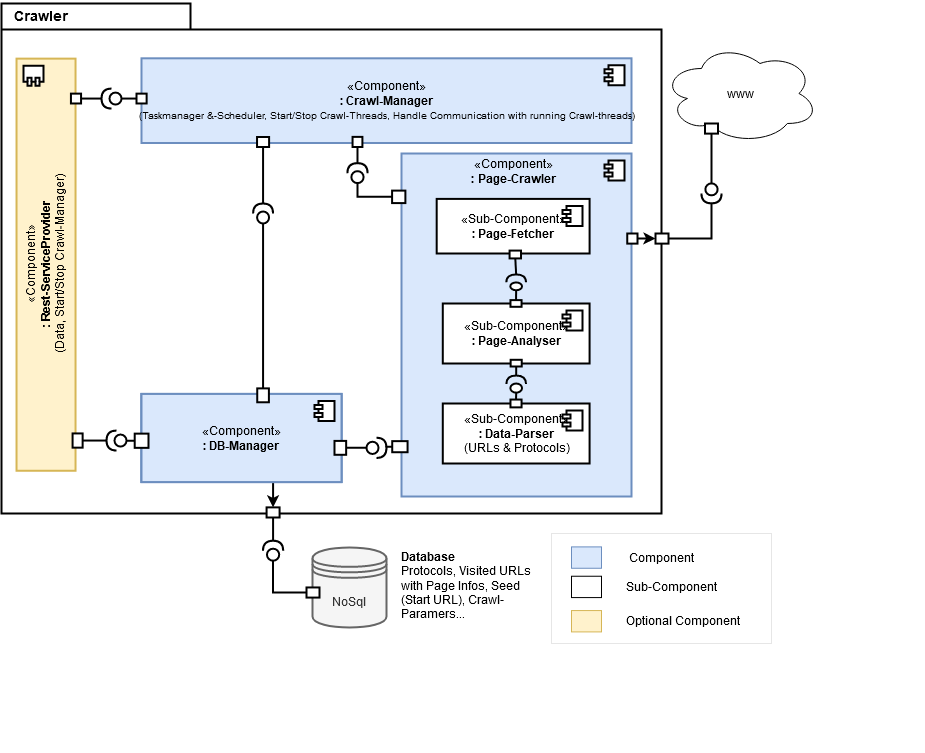
Above: main_document/images/02-Crawler/Crawler-Component-Diagram.png in Sentiments-of-Bundestag/Dokumentation (draw.io), before the change. Source tidied: cells renumbered, new cells last; positions are measured from the earlier drawing's top-left corner, leaving out a move shared by most shapes. Source of this version:
```xml
<mxGraphModel>
  <root>
    <mxCell id="0" />
    <mxCell id="1" parent="0" />
    <mxCell id="2" style="group;" parent="1" vertex="1">
      <mxGeometry x="162" y="2" width="923" height="749" as="geometry" />
    </mxCell>
    <mxCell id="3" value="www" style="ellipse;shape=cloud;whiteSpace=wrap;html=1;" parent="2" vertex="1">
      <mxGeometry x="661" y="40" width="156" height="100" as="geometry" />
    </mxCell>
    <mxCell id="4" style="group;strokeWidth=2;" parent="2" vertex="1">
      <mxGeometry width="810" height="749" as="geometry" />
    </mxCell>
    <mxCell id="5" style="shape=folder;fontStyle=1;spacingTop=10;tabWidth=189;tabHeight=26;tabPosition=left;html=1;strokeWidth=2;" parent="4" vertex="1">
      <mxGeometry width="660" height="510" as="geometry" />
    </mxCell>
    <mxCell id="6" value="&lt;font style=&quot;font-size: 14px&quot;&gt;&lt;b&gt;Crawler&lt;/b&gt;&lt;/font&gt;" style="text;html=1;strokeWidth=2;" parent="4" vertex="1">
      <mxGeometry x="11.4" y="-2" width="98.6" height="23.8" as="geometry" />
    </mxCell>
    <mxCell id="7" value="«Component»&lt;br&gt;&lt;div&gt;&lt;b&gt;: Crawl-Manager&lt;/b&gt;&lt;b&gt;&lt;br&gt;&lt;/b&gt;&lt;/div&gt;&lt;font style=&quot;font-size: 10px&quot;&gt;(&lt;/font&gt;&lt;font style=&quot;font-size: 10px&quot;&gt;Taskmanager &amp;amp;-Scheduler, Start/Stop Crawl-Threads, Handle Communication with running Crawl-threads)&lt;/font&gt;" style="html=1;fillColor=#dae8fc;strokeColor=#6c8ebf;strokeWidth=2;" parent="4" vertex="1">
      <mxGeometry x="140" y="54.8" width="490" height="84.7" as="geometry" />
    </mxCell>
    <mxCell id="8" style="shape=component;jettyWidth=8;jettyHeight=4;strokeWidth=2;" parent="7" vertex="1">
      <mxGeometry x="1" width="20" height="20" relative="1" as="geometry">
        <mxPoint x="-27" y="7" as="offset" />
      </mxGeometry>
    </mxCell>
    <mxCell id="9" style="rounded=0;whiteSpace=wrap;html=1;rotation=180;strokeWidth=2;" parent="7" vertex="1">
      <mxGeometry x="211.1" y="78.6" width="9.8" height="10.1" as="geometry" />
    </mxCell>
    <mxCell id="10" style="rounded=0;whiteSpace=wrap;html=1;rotation=90;strokeWidth=2;" parent="7" vertex="1">
      <mxGeometry x="-4.8" y="35.2" width="9.8" height="10.1" as="geometry" />
    </mxCell>
    <mxCell id="11" style="rounded=0;whiteSpace=wrap;html=1;rotation=180;strokeWidth=2;" parent="7" vertex="1">
      <mxGeometry x="115.6" y="78.7" width="12.1" height="10" as="geometry" />
    </mxCell>
    <mxCell id="12" style="html=1;strokeColor=#6c8ebf;strokeWidth=2;fillColor=#DAE8FC;" parent="4" vertex="1">
      <mxGeometry x="400" y="150" width="230" height="343" as="geometry" />
    </mxCell>
    <mxCell id="13" style="shape=component;jettyWidth=8;jettyHeight=4;strokeWidth=2;" parent="12" vertex="1">
      <mxGeometry x="1" width="20" height="20" relative="1" as="geometry">
        <mxPoint x="-27" y="7" as="offset" />
      </mxGeometry>
    </mxCell>
    <mxCell id="14" value="&lt;div&gt;«Component»&lt;b&gt;&lt;br&gt;&lt;/b&gt;&lt;/div&gt;&lt;div&gt;&lt;b&gt;:&lt;b&gt; &lt;/b&gt;Page-Crawler&lt;/b&gt;&lt;/div&gt;" style="text;html=1;strokeColor=none;fillColor=none;align=center;verticalAlign=middle;whiteSpace=wrap;rounded=0;strokeWidth=2;" parent="12" vertex="1">
      <mxGeometry x="35.2" y="1.5" width="154.6" height="32.7" as="geometry" />
    </mxCell>
    <mxCell id="15" value="«Sub-Component»&lt;br&gt;&lt;div&gt;&lt;b&gt;: Page-Analyser&lt;br&gt;&lt;/b&gt;&lt;/div&gt;" style="html=1;strokeWidth=2;fillColor=#FFFFFF;" parent="12" vertex="1">
      <mxGeometry x="41.3" y="150" width="146.8" height="60" as="geometry" />
    </mxCell>
    <mxCell id="16" style="shape=component;jettyWidth=8;jettyHeight=4;strokeWidth=2;" parent="15" vertex="1">
      <mxGeometry x="1" width="20" height="20" relative="1" as="geometry">
        <mxPoint x="-27" y="7" as="offset" />
      </mxGeometry>
    </mxCell>
    <mxCell id="17" style="rounded=0;whiteSpace=wrap;html=1;rotation=0;strokeWidth=2;" parent="15" vertex="1">
      <mxGeometry x="67.7" y="-3.4" width="11.1" height="6.7" as="geometry" />
    </mxCell>
    <mxCell id="18" style="rounded=0;whiteSpace=wrap;html=1;rotation=0;strokeWidth=2;" parent="15" vertex="1">
      <mxGeometry x="67.8" y="56.3" width="11.1" height="6.7" as="geometry" />
    </mxCell>
    <mxCell id="19" style="shape=providedRequiredInterface;html=1;verticalLabelPosition=bottom;rotation=-90;strokeWidth=2;" parent="12" vertex="1">
      <mxGeometry x="106.8" y="119" width="15.8" height="19.7" as="geometry" />
    </mxCell>
    <mxCell id="20" style="endArrow=none;html=1;entryX=1;entryY=0.5;entryDx=0;entryDy=0;entryPerimeter=0;exitX=0.5;exitY=0;exitDx=0;exitDy=0;strokeWidth=2;" parent="12" edge="1" source="24" target="19">
      <mxGeometry relative="1" as="geometry" />
    </mxCell>
    <mxCell id="21" style="endArrow=none;html=1;entryX=0;entryY=0.5;entryDx=0;entryDy=0;entryPerimeter=0;exitX=0.5;exitY=0;exitDx=0;exitDy=0;strokeWidth=2;" parent="12" edge="1" source="17" target="19">
      <mxGeometry relative="1" as="geometry" />
    </mxCell>
    <mxCell id="22" value="«Sub-Component»&lt;br&gt;&lt;div&gt;&lt;b&gt;: Page-Fetcher&lt;/b&gt;&lt;br&gt;&lt;/div&gt;" style="html=1;strokeWidth=2;" parent="12" vertex="1">
      <mxGeometry x="35.2" y="45.4" width="152.9" height="54.6" as="geometry" />
    </mxCell>
    <mxCell id="23" style="shape=component;jettyWidth=8;jettyHeight=4;strokeWidth=2;" parent="22" vertex="1">
      <mxGeometry x="1" width="20" height="20" relative="1" as="geometry">
        <mxPoint x="-27" y="7" as="offset" />
      </mxGeometry>
    </mxCell>
    <mxCell id="24" style="rounded=0;whiteSpace=wrap;html=1;rotation=-180;strokeWidth=2;" parent="22" vertex="1">
      <mxGeometry x="72.9" y="51.7" width="11.4" height="7.8" as="geometry" />
    </mxCell>
    <mxCell id="25" value="«Sub-Component»&lt;br&gt;&lt;div&gt;&lt;b&gt;: Data-Parser&lt;/b&gt;&lt;/div&gt;&lt;div&gt;(URLs &amp;amp; Protocols)&lt;b&gt;&lt;br&gt;&lt;/b&gt;&lt;/div&gt;" style="html=1;strokeWidth=2;" parent="12" vertex="1">
      <mxGeometry x="41.3" y="250" width="146.8" height="60" as="geometry" />
    </mxCell>
    <mxCell id="26" style="shape=component;jettyWidth=8;jettyHeight=4;strokeWidth=2;" parent="25" vertex="1">
      <mxGeometry x="1" width="20" height="20" relative="1" as="geometry">
        <mxPoint x="-27" y="7" as="offset" />
      </mxGeometry>
    </mxCell>
    <mxCell id="27" style="rounded=0;whiteSpace=wrap;html=1;rotation=0;strokeWidth=2;" parent="25" vertex="1">
      <mxGeometry x="67.7" y="-4" width="11.1" height="7.8" as="geometry" />
    </mxCell>
    <mxCell id="28" style="shape=providedRequiredInterface;html=1;verticalLabelPosition=bottom;rotation=-90;strokeWidth=2;" parent="12" vertex="1">
      <mxGeometry x="106.1" y="220.7" width="17.1" height="19.7" as="geometry" />
    </mxCell>
    <mxCell id="29" style="endArrow=none;html=1;entryX=0;entryY=0.5;entryDx=0;entryDy=0;entryPerimeter=0;strokeWidth=2;exitX=0.5;exitY=0;exitDx=0;exitDy=0;" parent="12" edge="1" source="27" target="28">
      <mxGeometry relative="1" as="geometry" />
    </mxCell>
    <mxCell id="30" style="endArrow=none;html=1;entryX=1;entryY=0.5;entryDx=0;entryDy=0;entryPerimeter=0;strokeWidth=2;exitX=0.5;exitY=1;exitDx=0;exitDy=0;" parent="12" edge="1" source="18" target="28">
      <mxGeometry relative="1" as="geometry" />
    </mxCell>
    <mxCell id="31" style="rounded=0;whiteSpace=wrap;html=1;rotation=-90;strokeWidth=2;" parent="12" vertex="1">
      <mxGeometry x="-7.1" y="285.5" width="11.1" height="15.3" as="geometry" />
    </mxCell>
    <mxCell id="32" style="rounded=0;whiteSpace=wrap;html=1;strokeWidth=2;" parent="12" vertex="1">
      <mxGeometry x="225.8" y="80" width="10.2" height="10.1" as="geometry" />
    </mxCell>
    <mxCell id="33" style="group;strokeWidth=2;" parent="4" vertex="1">
      <mxGeometry x="50" y="617.4" width="73" height="81" as="geometry" />
    </mxCell>
    <mxCell id="34" style="shape=providedRequiredInterface;html=1;verticalLabelPosition=bottom;rotation=-90;strokeWidth=2;" parent="4" vertex="1">
      <mxGeometry x="261.6" y="537.1" width="20" height="20.2" as="geometry" />
    </mxCell>
    <mxCell id="35" style="rounded=0;whiteSpace=wrap;html=1;strokeWidth=2;" parent="4" vertex="1">
      <mxGeometry x="265.1" y="503.9" width="13" height="10.1" as="geometry" />
    </mxCell>
    <mxCell id="36" style="endArrow=none;html=1;entryX=0.5;entryY=1;entryDx=0;entryDy=0;exitX=1;exitY=0.5;exitDx=0;exitDy=0;exitPerimeter=0;strokeWidth=2;" parent="4" edge="1" source="34" target="35">
      <mxGeometry relative="1" as="geometry" />
    </mxCell>
    <mxCell id="37" style="endArrow=classic;html=1;exitX=0.5;exitY=1;exitDx=0;exitDy=0;strokeWidth=2;" parent="4" edge="1" source="69" target="35">
      <mxGeometry relative="1" as="geometry" />
    </mxCell>
    <mxCell id="38" style="shape=providedRequiredInterface;html=1;verticalLabelPosition=bottom;rotation=0;strokeWidth=2;" parent="4" vertex="1">
      <mxGeometry x="365" y="434.2" width="20" height="20.2" as="geometry" />
    </mxCell>
    <mxCell id="39" style="endArrow=none;html=1;entryX=1;entryY=0.5;entryDx=0;entryDy=0;entryPerimeter=0;exitX=0.5;exitY=0;exitDx=0;exitDy=0;rounded=0;edgeStyle=orthogonalEdgeStyle;strokeWidth=2;" parent="4" edge="1" source="31" target="38">
      <mxGeometry relative="1" as="geometry" />
    </mxCell>
    <mxCell id="40" style="endArrow=none;html=1;entryX=0;entryY=0.5;entryDx=0;entryDy=0;entryPerimeter=0;exitX=0;exitY=0.5;exitDx=0;exitDy=0;strokeWidth=2;" parent="4" edge="1" source="76" target="38">
      <mxGeometry relative="1" as="geometry" />
    </mxCell>
    <mxCell id="41" style="shape=providedRequiredInterface;html=1;verticalLabelPosition=bottom;rotation=-90;strokeWidth=2;" parent="4" vertex="1">
      <mxGeometry x="346" y="159.5" width="20" height="20.2" as="geometry" />
    </mxCell>
    <mxCell id="42" style="endArrow=none;html=1;entryX=1;entryY=0.5;entryDx=0;entryDy=0;entryPerimeter=0;exitX=0.5;exitY=0;exitDx=0;exitDy=0;strokeWidth=2;" parent="4" edge="1" source="9" target="41">
      <mxGeometry relative="1" as="geometry" />
    </mxCell>
    <mxCell id="43" style="endArrow=none;html=1;entryX=0;entryY=0.5;entryDx=0;entryDy=0;entryPerimeter=0;exitX=0.5;exitY=0;exitDx=0;exitDy=0;edgeStyle=orthogonalEdgeStyle;rounded=0;strokeWidth=2;" parent="4" edge="1" source="70" target="41">
      <mxGeometry relative="1" as="geometry" />
    </mxCell>
    <mxCell id="44" style="shape=providedRequiredInterface;html=1;verticalLabelPosition=bottom;rotation=-90;strokeWidth=2;" parent="4" vertex="1">
      <mxGeometry x="251.6" y="200" width="20" height="20" as="geometry" />
    </mxCell>
    <mxCell id="45" style="endArrow=none;html=1;entryX=0;entryY=0.5;entryDx=0;entryDy=0;entryPerimeter=0;exitX=0.5;exitY=0;exitDx=0;exitDy=0;strokeWidth=2;" parent="4" edge="1" source="75" target="44">
      <mxGeometry relative="1" as="geometry" />
    </mxCell>
    <mxCell id="46" value="&lt;div&gt;&lt;b&gt;Database&lt;/b&gt;&lt;/div&gt;Protocols, Visited URLs with Page Infos, Seed (Start URL), Crawl-Paramers..." style="text;html=1;strokeColor=none;fillColor=none;align=left;verticalAlign=middle;whiteSpace=wrap;rounded=0;strokeWidth=2;" parent="4" vertex="1">
      <mxGeometry x="398" y="537.1" width="152" height="90" as="geometry" />
    </mxCell>
    <mxCell id="47" value="«Component»&lt;br&gt;&lt;div&gt;&lt;b&gt;: Rest-ServiceProvider&lt;/b&gt;&lt;/div&gt;&lt;div&gt;(Data, Start/Stop Crawl-Manager)&lt;b&gt;&lt;br&gt;&lt;/b&gt;&lt;/div&gt;" style="html=1;fillColor=#fff2cc;strokeWidth=2;rotation=-90;strokeColor=#D6B656;" parent="4" vertex="1">
      <mxGeometry x="-161.5" y="231.7" width="412.1" height="59" as="geometry" />
    </mxCell>
    <mxCell id="48" style="shape=component;jettyWidth=8;jettyHeight=4;strokeWidth=2;rotation=-90;" parent="47" vertex="1">
      <mxGeometry x="1" width="20" height="20" relative="1" as="geometry">
        <mxPoint x="-27" y="7" as="offset" />
      </mxGeometry>
    </mxCell>
    <mxCell id="49" style="rounded=0;whiteSpace=wrap;html=1;rotation=90;strokeWidth=2;" parent="47" vertex="1">
      <mxGeometry x="231.1" y="-141.7" width="9.8" height="10.1" as="geometry" />
    </mxCell>
    <mxCell id="50" style="endArrow=none;html=1;entryX=0;entryY=0.5;entryDx=0;entryDy=0;entryPerimeter=0;exitX=0.5;exitY=1;exitDx=0;exitDy=0;edgeStyle=orthogonalEdgeStyle;rounded=0;strokeWidth=2;" parent="4" edge="1" source="77" target="54">
      <mxGeometry relative="1" as="geometry" />
    </mxCell>
    <mxCell id="51" style="endArrow=none;html=1;entryX=1;entryY=0.5;entryDx=0;entryDy=0;entryPerimeter=0;exitX=0.5;exitY=0;exitDx=0;exitDy=0;strokeWidth=2;" parent="4" edge="1" source="11" target="44">
      <mxGeometry relative="1" as="geometry" />
    </mxCell>
    <mxCell id="52" value="NoSql" style="shape=datastore;whiteSpace=wrap;html=1;strokeWidth=2;fillColor=#f5f5f5;strokeColor=#666666;fontColor=#333333;" parent="4" vertex="1">
      <mxGeometry x="311" y="544.1" width="74" height="80" as="geometry" />
    </mxCell>
    <mxCell id="53" style="shape=providedRequiredInterface;html=1;verticalLabelPosition=bottom;rotation=-180;strokeWidth=2;" parent="4" vertex="1">
      <mxGeometry x="100" y="85.1" width="20" height="20" as="geometry" />
    </mxCell>
    <mxCell id="54" style="shape=providedRequiredInterface;html=1;verticalLabelPosition=bottom;rotation=-180;strokeWidth=2;" parent="4" vertex="1">
      <mxGeometry x="105" y="427.1" width="20" height="20" as="geometry" />
    </mxCell>
    <mxCell id="55" style="endArrow=none;html=1;entryX=1;entryY=0.5;entryDx=0;entryDy=0;entryPerimeter=0;exitX=0.5;exitY=0;exitDx=0;exitDy=0;edgeStyle=orthogonalEdgeStyle;rounded=0;strokeWidth=2;" parent="4" edge="1" source="56" target="54">
      <mxGeometry relative="1" as="geometry" />
    </mxCell>
    <mxCell id="56" style="rounded=0;whiteSpace=wrap;html=1;rotation=90;strokeWidth=2;" parent="4" vertex="1">
      <mxGeometry x="69" y="432" width="14.2" height="10.1" as="geometry" />
    </mxCell>
    <mxCell id="57" style="endArrow=none;html=1;entryX=0;entryY=0.5;entryDx=0;entryDy=0;entryPerimeter=0;exitX=0.5;exitY=1;exitDx=0;exitDy=0;strokeWidth=2;" parent="4" edge="1" source="10" target="53">
      <mxGeometry relative="1" as="geometry" />
    </mxCell>
    <mxCell id="58" style="endArrow=none;html=1;entryX=0.5;entryY=0;entryDx=0;entryDy=0;exitX=1;exitY=0.5;exitDx=0;exitDy=0;strokeWidth=2;exitPerimeter=0;" parent="4" edge="1" source="53" target="49">
      <mxGeometry relative="1" as="geometry" />
    </mxCell>
    <mxCell id="59" style="shape=providedRequiredInterface;html=1;verticalLabelPosition=bottom;rotation=90;strokeWidth=2;" parent="4" vertex="1">
      <mxGeometry x="700" y="179.8" width="20" height="20.2" as="geometry" />
    </mxCell>
    <mxCell id="60" style="rounded=0;whiteSpace=wrap;html=1;fontColor=#333333;fillColor=#FFFFFF;strokeColor=#E6E6E6;" parent="4" vertex="1">
      <mxGeometry x="550" y="530" width="220" height="110" as="geometry" />
    </mxCell>
    <mxCell id="61" style="rounded=0;whiteSpace=wrap;html=1;strokeColor=#6C8EBF;fillColor=#DAE8FC;" parent="4" vertex="1">
      <mxGeometry x="570" y="543.4" width="30" height="21.3" as="geometry" />
    </mxCell>
    <mxCell id="62" style="rounded=0;whiteSpace=wrap;html=1;fillColor=#FFFFFF;" parent="4" vertex="1">
      <mxGeometry x="570" y="572.7" width="30" height="21.3" as="geometry" />
    </mxCell>
    <mxCell id="63" style="rounded=0;whiteSpace=wrap;html=1;fillColor=#FFF2CC;strokeColor=#D6B656;" parent="4" vertex="1">
      <mxGeometry x="570" y="607.1" width="30" height="21.3" as="geometry" />
    </mxCell>
    <mxCell id="64" value="Component" style="text;html=1;strokeColor=none;fillColor=none;align=center;verticalAlign=middle;whiteSpace=wrap;rounded=0;" parent="4" vertex="1">
      <mxGeometry x="610" y="544.1" width="100" height="20" as="geometry" />
    </mxCell>
    <mxCell id="65" value="Sub-Component" style="text;html=1;strokeColor=none;fillColor=none;align=center;verticalAlign=middle;whiteSpace=wrap;rounded=0;" parent="4" vertex="1">
      <mxGeometry x="620" y="572.7" width="100" height="20" as="geometry" />
    </mxCell>
    <mxCell id="66" value="Optional Component" style="text;html=1;strokeColor=none;fillColor=none;align=center;verticalAlign=middle;whiteSpace=wrap;rounded=0;" parent="4" vertex="1">
      <mxGeometry x="617" y="607.1" width="130" height="20" as="geometry" />
    </mxCell>
    <mxCell id="67" style="rounded=0;whiteSpace=wrap;html=1;strokeWidth=2;" parent="4" vertex="1">
      <mxGeometry x="305" y="584" width="13" height="10.1" as="geometry" />
    </mxCell>
    <mxCell id="68" style="endArrow=none;html=1;entryX=0;entryY=0.5;entryDx=0;entryDy=0;entryPerimeter=0;edgeStyle=orthogonalEdgeStyle;rounded=0;exitX=0;exitY=0.5;exitDx=0;exitDy=0;strokeWidth=2;" parent="4" edge="1" source="67" target="34">
      <mxGeometry relative="1" as="geometry" />
    </mxCell>
    <mxCell id="69" style="rounded=0;whiteSpace=wrap;html=1;strokeWidth=2;" parent="4" vertex="1">
      <mxGeometry x="265.8" y="462.1" width="11.7" height="10.1" as="geometry" />
    </mxCell>
    <mxCell id="70" style="rounded=0;whiteSpace=wrap;html=1;rotation=-90;strokeWidth=2;" parent="4" vertex="1">
      <mxGeometry x="391" y="186.7" width="12.5" height="13.3" as="geometry" />
    </mxCell>
    <mxCell id="71" style="group;strokeWidth=2;fillColor=#DAE8FC;strokeColor=#6c8ebf;" parent="4" vertex="1">
      <mxGeometry x="140" y="390.4" width="200" height="88.1" as="geometry" />
    </mxCell>
    <mxCell id="72" style="group;strokeWidth=2;fillColor=#dae8fc;strokeColor=#6c8ebf;" parent="71" vertex="1">
      <mxGeometry width="200" height="88.1" as="geometry" />
    </mxCell>
    <mxCell id="73" value="«Component»&lt;br&gt;&lt;b&gt;: DB-Manager&lt;br&gt;&lt;/b&gt;" style="html=1;fillColor=#dae8fc;strokeColor=#6c8ebf;strokeWidth=2;" parent="72" vertex="1">
      <mxGeometry width="200" height="88.1" as="geometry" />
    </mxCell>
    <mxCell id="74" style="shape=component;jettyWidth=8;jettyHeight=4;strokeWidth=2;" parent="73" vertex="1">
      <mxGeometry x="1" width="20" height="20" relative="1" as="geometry">
        <mxPoint x="-27" y="7" as="offset" />
      </mxGeometry>
    </mxCell>
    <mxCell id="75" style="rounded=0;whiteSpace=wrap;html=1;strokeWidth=2;" parent="73" vertex="1">
      <mxGeometry x="115.7" y="-5.6" width="11.7" height="13.9" as="geometry" />
    </mxCell>
    <mxCell id="76" style="rounded=0;whiteSpace=wrap;html=1;rotation=180;strokeWidth=2;" parent="73" vertex="1">
      <mxGeometry x="193" y="47" width="11.7" height="13.9" as="geometry" />
    </mxCell>
    <mxCell id="77" style="rounded=0;whiteSpace=wrap;html=1;rotation=90;strokeWidth=2;" parent="73" vertex="1">
      <mxGeometry x="-7" y="39.9" width="14.2" height="13.8" as="geometry" />
    </mxCell>
    <mxCell id="78" style="edgeStyle=orthogonalEdgeStyle;rounded=0;jettySize=auto;html=1;entryX=0.5;entryY=1;entryDx=0;entryDy=0;startArrow=none;startFill=0;endArrow=none;endFill=0;strokeWidth=2;" parent="2" edge="1" source="59" target="82">
      <mxGeometry relative="1" as="geometry" />
    </mxCell>
    <mxCell id="79" style="edgeStyle=orthogonalEdgeStyle;rounded=0;jettySize=auto;html=1;startArrow=none;startFill=0;endArrow=none;endFill=0;strokeWidth=2;entryX=1;entryY=0.5;entryDx=0;entryDy=0;entryPerimeter=0;" parent="2" edge="1" source="80" target="59">
      <mxGeometry relative="1" as="geometry" />
    </mxCell>
    <mxCell id="80" style="rounded=0;whiteSpace=wrap;html=1;strokeWidth=2;" parent="2" vertex="1">
      <mxGeometry x="654" y="230" width="13" height="10.1" as="geometry" />
    </mxCell>
    <mxCell id="81" style="endArrow=classic;html=1;exitX=1;exitY=0.5;exitDx=0;exitDy=0;strokeWidth=2;entryX=0;entryY=0.5;entryDx=0;entryDy=0;rounded=0;" parent="2" edge="1" source="32" target="80">
      <mxGeometry relative="1" as="geometry">
        <Array as="points">
          <mxPoint x="650" y="235" />
        </Array>
      </mxGeometry>
    </mxCell>
    <mxCell id="82" style="rounded=0;whiteSpace=wrap;html=1;strokeWidth=2;" parent="2" vertex="1">
      <mxGeometry x="703.5" y="120" width="13" height="10.1" as="geometry" />
    </mxCell>
  </root>
</mxGraphModel>
```
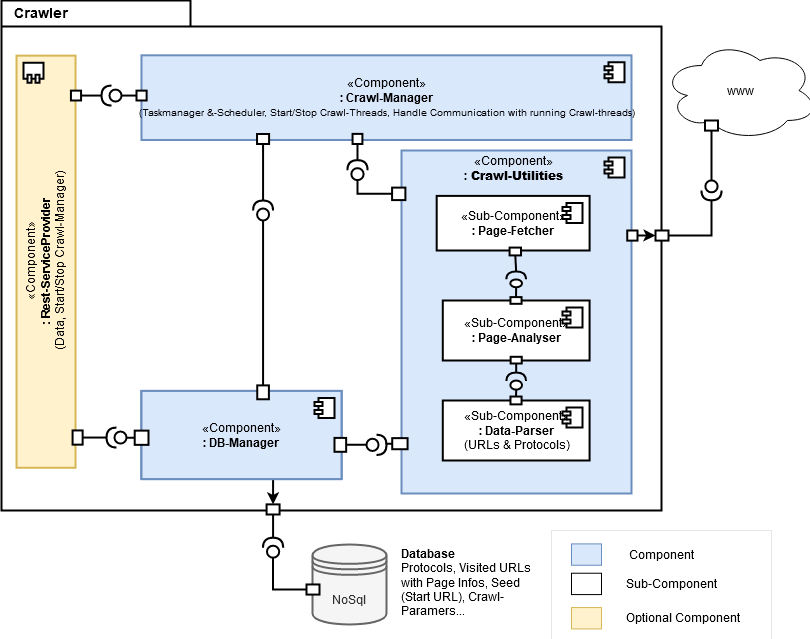
Above is the later version.

What changed in the source:
```diff
@@ -42,7 +42,7 @@
         <mxPoint x="-27" y="7" as="offset" />
       </mxGeometry>
     </mxCell>
-    <mxCell id="14" value="&lt;div&gt;«Component»&lt;b&gt;&lt;br&gt;&lt;/b&gt;&lt;/div&gt;&lt;div&gt;&lt;b&gt;:&lt;b&gt; &lt;/b&gt;Page-Crawler&lt;/b&gt;&lt;/div&gt;" style="text;html=1;strokeColor=none;fillColor=none;align=center;verticalAlign=middle;whiteSpace=wrap;rounded=0;strokeWidth=2;" parent="12" vertex="1">
+    <mxCell id="14" value="&lt;div&gt;«Component»&lt;b&gt;&lt;br&gt;&lt;/b&gt;&lt;/div&gt;&lt;div&gt;&lt;b&gt;:&lt;b&gt; Crawl-Utilities&lt;/b&gt;&lt;/b&gt;&lt;/div&gt;" style="text;html=1;strokeColor=none;fillColor=none;align=center;verticalAlign=middle;whiteSpace=wrap;rounded=0;strokeWidth=2;" parent="12" vertex="1">
       <mxGeometry x="35.2" y="1.5" width="154.6" height="32.7" as="geometry" />
     </mxCell>
     <mxCell id="15" value="«Sub-Component»&lt;br&gt;&lt;div&gt;&lt;b&gt;: Page-Analyser&lt;br&gt;&lt;/b&gt;&lt;/div&gt;" style="html=1;strokeWidth=2;fillColor=#FFFFFF;" parent="12" vertex="1">
```
